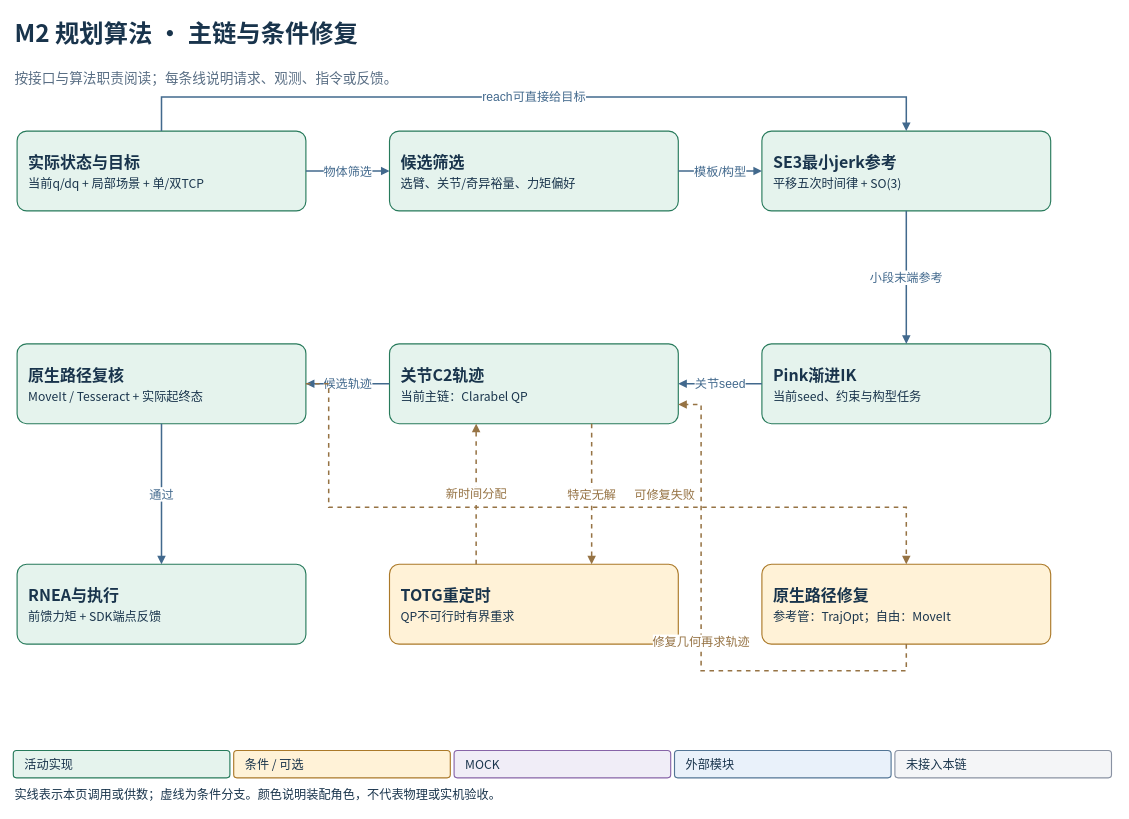
This is page "M2 规划算法 · Pink固定主链" (2 of 3) of site/diagrams/manipulation-runtime.drawio from gao377/gao377.github.io, a draw.io file, before an edit. Source tidied: cells renumbered, new cells numbered last; positions are measured from the earlier drawing's top-left corner, leaving out a move shared by most shapes. Both pictures are drawn from the tidied source at 76%, with x=0, y=0 at pixel (13, 13).
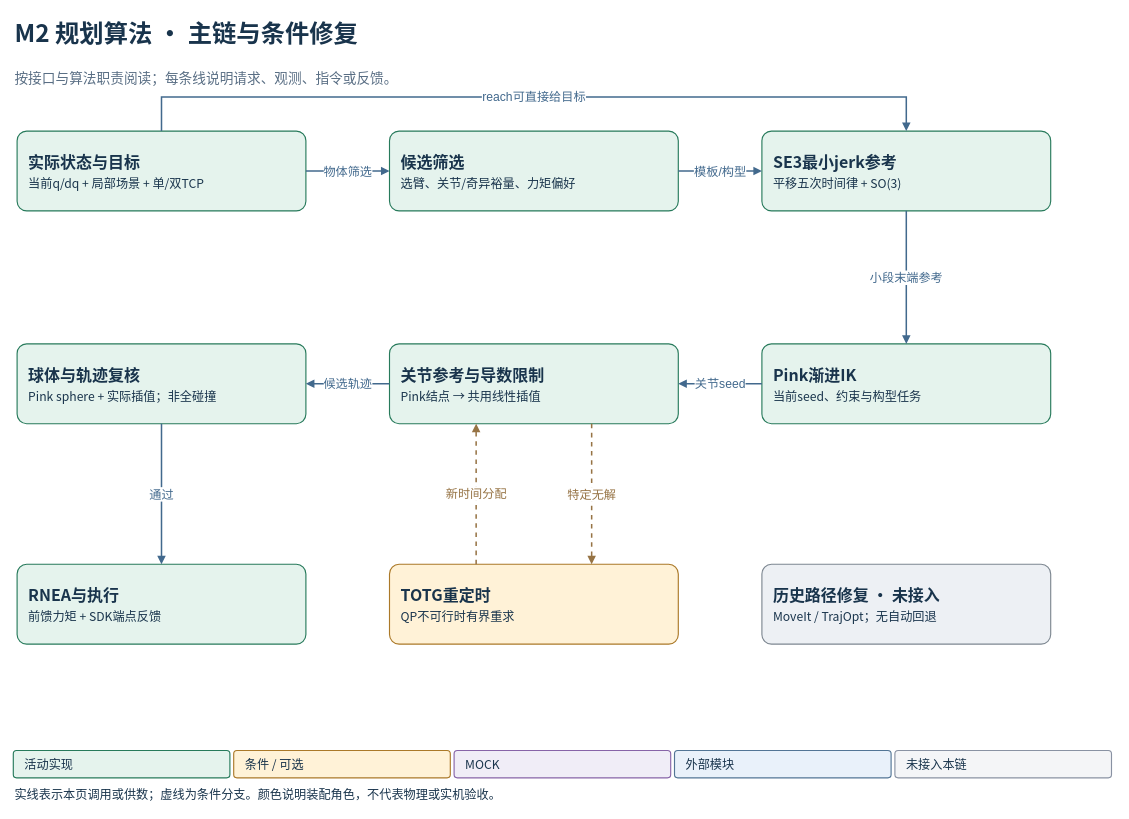
After the change.

What changed in the source:
```diff
@@
-    <mxCell id="8" value="&lt;b&gt;关节C2轨迹&lt;/b&gt;&lt;br&gt;&lt;font style=&quot;font-size:16px&quot;&gt;当前主链：Clarabel QP&lt;/font&gt;" style="rounded=1;whiteSpace=wrap;html=1;fillColor=#E5F3ED;strokeColor=#277A5B;strokeWidth=1.5;fontFamily=Noto Sans CJK SC;fontSize=21;fontColor=#19344C;align=left;verticalAlign=middle;spacing=15;arcSize=12;" parent="1" vertex="1">
+    <mxCell id="8" value="&lt;b&gt;关节参考与导数限制&lt;/b&gt;&lt;br&gt;&lt;font style=&quot;font-size:16px&quot;&gt;Pink结点 → 共用线性插值&lt;/font&gt;" style="rounded=1;whiteSpace=wrap;html=1;fillColor=#E5F3ED;strokeColor=#277A5B;strokeWidth=1.5;fontFamily=Noto Sans CJK SC;fontSize=21;fontColor=#19344C;align=left;verticalAlign=middle;spacing=15;arcSize=12;" parent="1" vertex="1">
       <mxGeometry x="495" y="435" width="380" height="105" as="geometry" />
     </mxCell>
-    <mxCell id="9" value="&lt;b&gt;原生路径复核&lt;/b&gt;&lt;br&gt;&lt;font style=&quot;font-size:16px&quot;&gt;MoveIt / Tesseract + 实际起终态&lt;/font&gt;" style="rounded=1;whiteSpace=wrap;html=1;fillColor=#E5F3ED;strokeColor=#277A5B;strokeWidth=1.5;fontFamily=Noto Sans CJK SC;fontSize=21;fontColor=#19344C;align=left;verticalAlign=middle;spacing=15;arcSize=12;" parent="1" vertex="1">
+    <mxCell id="9" value="&lt;b&gt;球体与轨迹复核&lt;/b&gt;&lt;br&gt;&lt;font style=&quot;font-size:16px&quot;&gt;Pink sphere + 实际插值；非全碰撞&lt;/font&gt;" style="rounded=1;whiteSpace=wrap;html=1;fillColor=#E5F3ED;strokeColor=#277A5B;strokeWidth=1.5;fontFamily=Noto Sans CJK SC;fontSize=21;fontColor=#19344C;align=left;verticalAlign=middle;spacing=15;arcSize=12;" parent="1" vertex="1">
       <mxGeometry x="5" y="435" width="380" height="105" as="geometry" />
     </mxCell>
@@
-    <mxCell id="12" value="&lt;b&gt;原生路径修复&lt;/b&gt;&lt;br&gt;&lt;font style=&quot;font-size:16px&quot;&gt;参考管：TrajOpt；自由：MoveIt&lt;/font&gt;" style="rounded=1;whiteSpace=wrap;html=1;fillColor=#FFF2D7;strokeColor=#AB7928;strokeWidth=1.5;fontFamily=Noto Sans CJK SC;fontSize=21;fontColor=#19344C;align=left;verticalAlign=middle;spacing=15;arcSize=12;" parent="1" vertex="1">
+    <mxCell id="12" value="&lt;b&gt;历史路径修复 · 未接入&lt;/b&gt;&lt;br&gt;&lt;font style=&quot;font-size:16px&quot;&gt;MoveIt / TrajOpt；无自动回退&lt;/font&gt;" style="rounded=1;whiteSpace=wrap;html=1;fillColor=#EDF0F4;strokeColor=#7D8791;strokeWidth=1.5;fontFamily=Noto Sans CJK SC;fontSize=21;fontColor=#19344C;align=left;verticalAlign=middle;spacing=15;arcSize=12;" parent="1" vertex="1">
       <mxGeometry x="985" y="725" width="380" height="105" as="geometry" />
     </mxCell>
@@
-    <mxCell id="22" value="可修复失败" style="edgeStyle=orthogonalEdgeStyle;rounded=0;html=1;endArrow=block;endFill=1;strokeColor=#967344;strokeWidth=2;fontSize=16;fontColor=#967344;labelBackgroundColor=#FFFFFF;exitX=1;exitY=0.5;entryX=0.5;entryY=0;exitPerimeter=1;entryPerimeter=1;dashed=1;" parent="1" edge="1" source="9" target="12">
-      <mxGeometry relative="1" as="geometry">
-        <Array as="points">
-          <mxPoint x="415" y="487" />
-          <mxPoint x="415" y="650" />
-          <mxPoint x="1175" y="650" />
-        </Array>
-        <mxPoint x="120" y="-16" as="offset" />
-      </mxGeometry>
-    </mxCell>
-    <mxCell id="23" value="修复几何再求轨迹" style="edgeStyle=orthogonalEdgeStyle;rounded=0;html=1;endArrow=block;endFill=1;strokeColor=#967344;strokeWidth=2;fontSize=16;fontColor=#967344;labelBackgroundColor=#FFFFFF;exitX=0.5;exitY=1;entryX=1;entryY=0.76;exitPerimeter=1;entryPerimeter=1;dashed=1;" parent="1" edge="1" source="12" target="8">
-      <mxGeometry relative="1" as="geometry">
-        <Array as="points">
-          <mxPoint x="1175" y="865" />
-          <mxPoint x="905" y="865" />
-          <mxPoint x="905" y="515" />
-        </Array>
-      </mxGeometry>
-    </mxCell>
```
